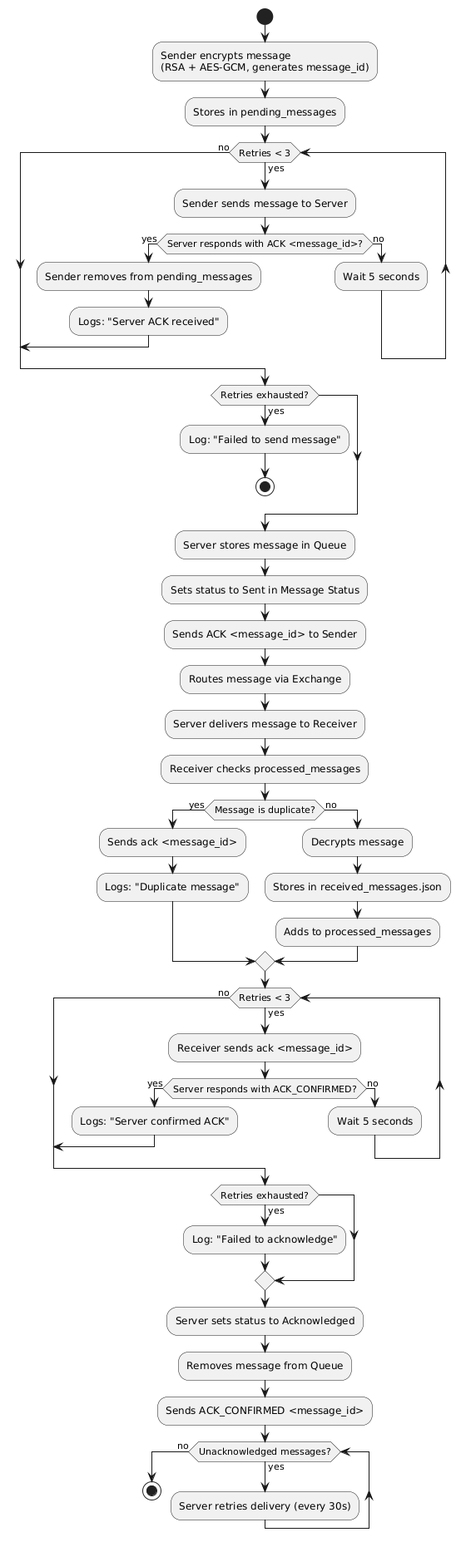
Before: docs/diagrams/Activity_Diagram.png, a diagram exported from PlantUML (CipherSecurityLab/CipherMQ).
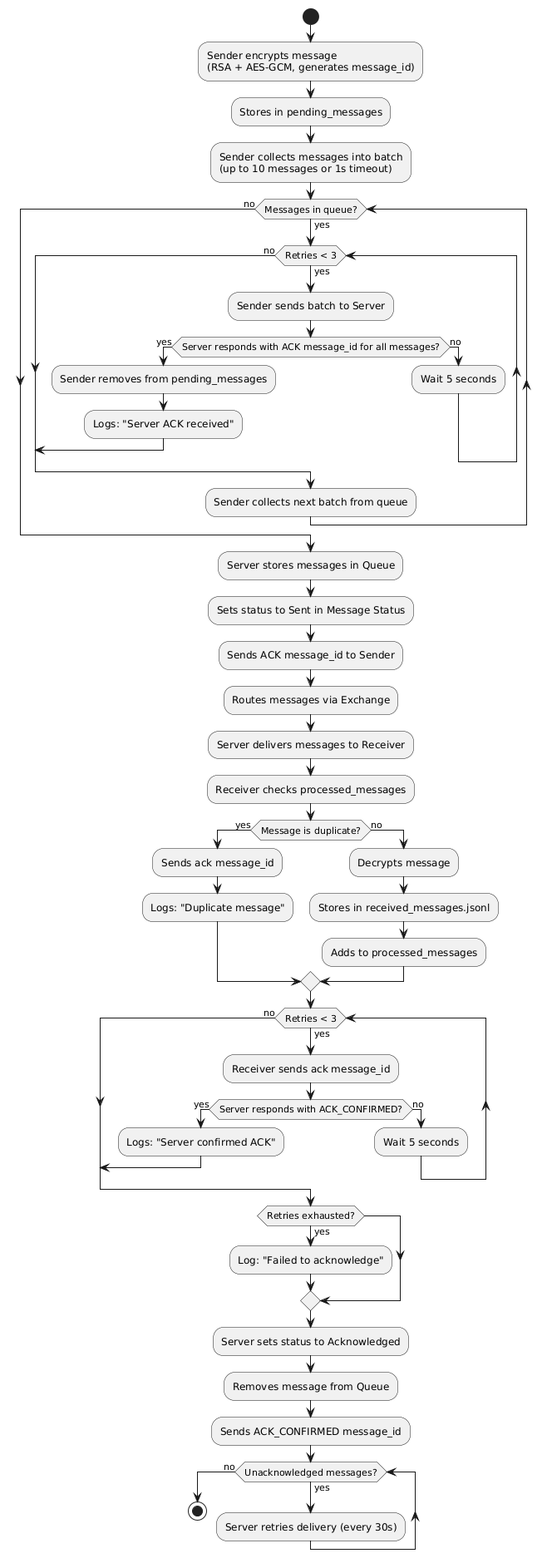
Later version of the same file.

Diff of the diagram source:
```diff
@@ -5,40 +5,42 @@
 (RSA + AES-GCM, generates message_id);
 :Stores in pending_messages;
 
-while (Retries < 3) is (yes)
-    :Sender sends message to Server;
-    if (Server responds with ACK <message_id>?) then (yes)
-        :Sender removes from pending_messages;
-        :Logs: "Server ACK received";
-        break
-    else (no)
-        :Wait 5 seconds;
-    endif
+:Sender collects messages into batch
+(up to 10 messages or 1s timeout);
+
+while (Messages in queue?) is (yes)
+    while (Retries < 3) is (yes)
+        :Sender sends batch to Server;
+        if (Server responds with ACK message_id for all messages?) then (yes)
+            :Sender removes from pending_messages;
+            :Logs: "Server ACK received";
+            break
+        else (no)
+            :Wait 5 seconds;
+        endif
+    endwhile (no)
+    :Sender collects next batch from queue;
 endwhile (no)
-if (Retries exhausted?) then (yes)
-    :Log: "Failed to send message";
-    stop
-endif
 
-:Server stores message in Queue;
+:Server stores messages in Queue;
 :Sets status to Sent in Message Status;
-:Sends ACK <message_id> to Sender;
-:Routes message via Exchange;
+:Sends ACK message_id to Sender;
+:Routes messages via Exchange;
 
-:Server delivers message to Receiver;
+:Server delivers messages to Receiver;
 
 :Receiver checks processed_messages;
 if (Message is duplicate?) then (yes)
-    :Sends ack <message_id>;
+    :Sends ack message_id;
     :Logs: "Duplicate message";
 else (no)
     :Decrypts message;
-    :Stores in received_messages.json;
+    :Stores in received_messages.jsonl;
     :Adds to processed_messages;
 endif
 
 while (Retries < 3) is (yes)
-    :Receiver sends ack <message_id>;
+    :Receiver sends ack message_id;
     if (Server responds with ACK_CONFIRMED?) then (yes)
         :Logs: "Server confirmed ACK";
         break
@@ -52,7 +54,7 @@
 
 :Server sets status to Acknowledged;
 :Removes message from Queue;
-:Sends ACK_CONFIRMED <message_id>;
+:Sends ACK_CONFIRMED message_id;
 
 while (Unacknowledged messages?) is (yes)
     :Server retries delivery (every 30s);
```
